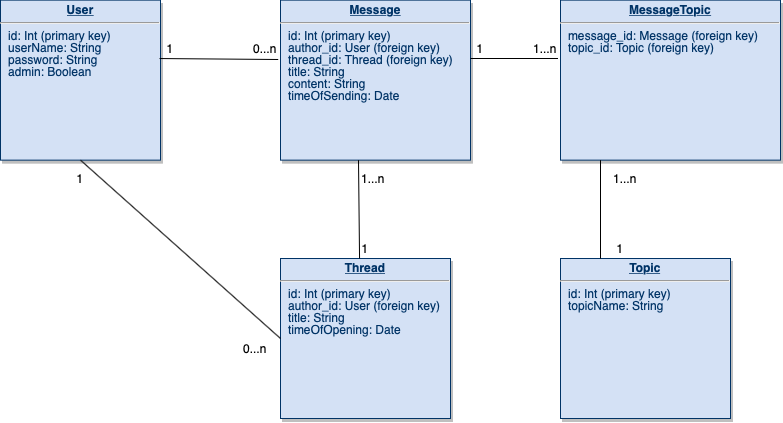
This is documentation/Tietokantakaavio.png from TommiON/Bulletiini, a draw.io export, as it was before one commit. Source tidied: cells renumbered, new cells last; positions are measured from the earlier drawing's top-left corner, leaving out a move shared by most shapes.
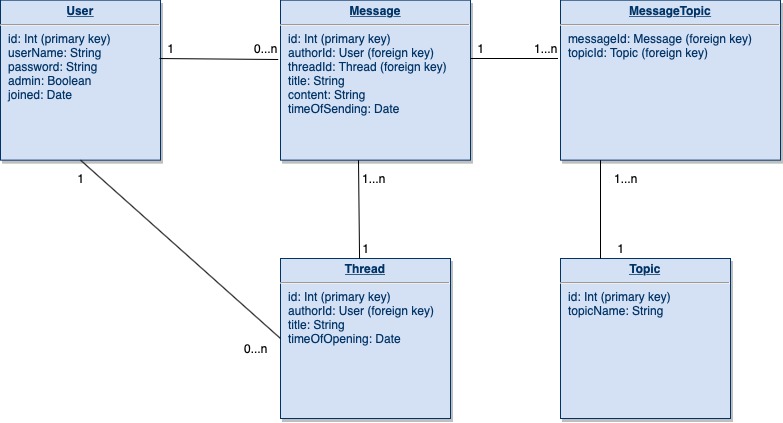
After the commit.

Commit message:
Updated database image, minor code changes

What changed in the source:
```diff
@@ -2,10 +2,10 @@
   <root>
     <mxCell id="0" />
     <mxCell id="1" parent="0" />
-    <mxCell id="2" value="&lt;p style=&quot;margin: 0px ; margin-top: 4px ; text-align: center ; text-decoration: underline&quot;&gt;&lt;b&gt;User&lt;/b&gt;&lt;/p&gt;&lt;hr&gt;&lt;p style=&quot;margin: 0px ; margin-left: 8px&quot;&gt;id: Int (primary key)&lt;/p&gt;&lt;p style=&quot;margin: 0px ; margin-left: 8px&quot;&gt;userName: String&lt;/p&gt;&lt;p style=&quot;margin: 0px ; margin-left: 8px&quot;&gt;password: String&lt;/p&gt;&lt;p style=&quot;margin: 0px ; margin-left: 8px&quot;&gt;admin: Boolean&lt;/p&gt;" style="verticalAlign=top;align=left;overflow=fill;fontSize=12;fontFamily=Helvetica;html=1;strokeColor=#003366;shadow=1;fillColor=#D4E1F5;fontColor=#003366;" parent="1" vertex="1">
+    <mxCell id="2" value="&lt;p style=&quot;margin: 0px ; margin-top: 4px ; text-align: center ; text-decoration: underline&quot;&gt;&lt;b&gt;User&lt;/b&gt;&lt;/p&gt;&lt;hr&gt;&lt;p style=&quot;margin: 0px ; margin-left: 8px&quot;&gt;id: Int (primary key)&lt;/p&gt;&lt;p style=&quot;margin: 0px ; margin-left: 8px&quot;&gt;userName: String&lt;/p&gt;&lt;p style=&quot;margin: 0px ; margin-left: 8px&quot;&gt;password: String&lt;/p&gt;&lt;p style=&quot;margin: 0px ; margin-left: 8px&quot;&gt;admin: Boolean&lt;/p&gt;&lt;p style=&quot;margin: 0px ; margin-left: 8px&quot;&gt;joined: Date&lt;/p&gt;" style="verticalAlign=top;align=left;overflow=fill;fontSize=12;fontFamily=Helvetica;html=1;strokeColor=#003366;shadow=1;fillColor=#D4E1F5;fontColor=#003366;" parent="1" vertex="1">
       <mxGeometry y="-0.4" width="160" height="160" as="geometry" />
     </mxCell>
-    <mxCell id="3" value="&lt;p style=&quot;margin: 0px ; margin-top: 4px ; text-align: center ; text-decoration: underline&quot;&gt;&lt;b&gt;Message&lt;/b&gt;&lt;/p&gt;&lt;hr&gt;&lt;p style=&quot;margin: 0px ; margin-left: 8px&quot;&gt;id: Int (primary key)&lt;/p&gt;&lt;p style=&quot;margin: 0px ; margin-left: 8px&quot;&gt;author_id: User (foreign key)&lt;/p&gt;&lt;p style=&quot;margin: 0px ; margin-left: 8px&quot;&gt;thread_id: Thread (foreign key)&lt;br&gt;&lt;/p&gt;&lt;p style=&quot;margin: 0px 0px 0px 8px&quot;&gt;title: String&lt;/p&gt;&lt;p style=&quot;margin: 0px 0px 0px 8px&quot;&gt;content: String&lt;/p&gt;&lt;p style=&quot;margin: 0px 0px 0px 8px&quot;&gt;timeOfSending: Date&lt;/p&gt;" style="verticalAlign=top;align=left;overflow=fill;fontSize=12;fontFamily=Helvetica;html=1;strokeColor=#003366;shadow=1;fillColor=#D4E1F5;fontColor=#003366;" parent="1" vertex="1">
+    <mxCell id="3" value="&lt;p style=&quot;margin: 0px ; margin-top: 4px ; text-align: center ; text-decoration: underline&quot;&gt;&lt;b&gt;Message&lt;/b&gt;&lt;/p&gt;&lt;hr&gt;&lt;p style=&quot;margin: 0px ; margin-left: 8px&quot;&gt;id: Int (primary key)&lt;/p&gt;&lt;p style=&quot;margin: 0px ; margin-left: 8px&quot;&gt;authorId: User (foreign key)&lt;/p&gt;&lt;p style=&quot;margin: 0px ; margin-left: 8px&quot;&gt;threadId: Thread (foreign key)&lt;br&gt;&lt;/p&gt;&lt;p style=&quot;margin: 0px 0px 0px 8px&quot;&gt;title: String&lt;/p&gt;&lt;p style=&quot;margin: 0px 0px 0px 8px&quot;&gt;content: String&lt;/p&gt;&lt;p style=&quot;margin: 0px 0px 0px 8px&quot;&gt;timeOfSending: Date&lt;/p&gt;" style="verticalAlign=top;align=left;overflow=fill;fontSize=12;fontFamily=Helvetica;html=1;strokeColor=#003366;shadow=1;fillColor=#D4E1F5;fontColor=#003366;" parent="1" vertex="1">
       <mxGeometry x="280" y="-0.4" width="190" height="160" as="geometry" />
     </mxCell>
     <mxCell id="4" style="endArrow=none;html=1;entryX=-0.012;entryY=0.371;entryDx=0;entryDy=0;entryPerimeter=0;exitX=0.994;exitY=0.365;exitDx=0;exitDy=0;exitPerimeter=0;" parent="1" edge="1" source="2" target="3">
@@ -14,10 +14,10 @@
     <mxCell id="5" value="&lt;p style=&quot;margin: 0px ; margin-top: 4px ; text-align: center ; text-decoration: underline&quot;&gt;&lt;b&gt;Topic&lt;/b&gt;&lt;/p&gt;&lt;hr&gt;&lt;p style=&quot;margin: 0px ; margin-left: 8px&quot;&gt;id: Int (primary key)&lt;/p&gt;&lt;p style=&quot;margin: 0px ; margin-left: 8px&quot;&gt;topicName: String&lt;/p&gt;" style="verticalAlign=top;align=left;overflow=fill;fontSize=12;fontFamily=Helvetica;html=1;strokeColor=#003366;shadow=1;fillColor=#D4E1F5;fontColor=#003366;" parent="1" vertex="1">
       <mxGeometry x="560" y="258" width="170" height="160" as="geometry" />
     </mxCell>
-    <mxCell id="6" value="&lt;p style=&quot;margin: 0px ; margin-top: 4px ; text-align: center ; text-decoration: underline&quot;&gt;&lt;b&gt;Message&lt;/b&gt;&lt;b&gt;Topic&lt;/b&gt;&lt;/p&gt;&lt;hr&gt;&lt;p style=&quot;margin: 0px ; margin-left: 8px&quot;&gt;message_id: Message (foreign key)&lt;br&gt;&lt;/p&gt;&lt;p style=&quot;margin: 0px ; margin-left: 8px&quot;&gt;topic_id: Topic (foreign key)&lt;/p&gt;" style="verticalAlign=top;align=left;overflow=fill;fontSize=12;fontFamily=Helvetica;html=1;strokeColor=#003366;shadow=1;fillColor=#D4E1F5;fontColor=#003366;" parent="1" vertex="1">
+    <mxCell id="6" value="&lt;p style=&quot;margin: 0px ; margin-top: 4px ; text-align: center ; text-decoration: underline&quot;&gt;&lt;b&gt;Message&lt;/b&gt;&lt;b&gt;Topic&lt;/b&gt;&lt;/p&gt;&lt;hr&gt;&lt;p style=&quot;margin: 0px ; margin-left: 8px&quot;&gt;messageId: Message (foreign key)&lt;br&gt;&lt;/p&gt;&lt;p style=&quot;margin: 0px ; margin-left: 8px&quot;&gt;topicId: Topic (foreign key)&lt;/p&gt;" style="verticalAlign=top;align=left;overflow=fill;fontSize=12;fontFamily=Helvetica;html=1;strokeColor=#003366;shadow=1;fillColor=#D4E1F5;fontColor=#003366;" parent="1" vertex="1">
       <mxGeometry x="560" y="-0.4" width="220" height="160" as="geometry" />
     </mxCell>
-    <mxCell id="7" value="&lt;p style=&quot;margin: 0px ; margin-top: 4px ; text-align: center ; text-decoration: underline&quot;&gt;&lt;b&gt;Thread&lt;/b&gt;&lt;/p&gt;&lt;hr&gt;&lt;p style=&quot;margin: 0px ; margin-left: 8px&quot;&gt;id: Int (primary key)&lt;/p&gt;&lt;p style=&quot;margin: 0px ; margin-left: 8px&quot;&gt;author_id: User (foreign key)&lt;/p&gt;&lt;p style=&quot;margin: 0px ; margin-left: 8px&quot;&gt;title: String&lt;/p&gt;&lt;p style=&quot;margin: 0px ; margin-left: 8px&quot;&gt;timeOfOpening: Date&lt;/p&gt;" style="verticalAlign=top;align=left;overflow=fill;fontSize=12;fontFamily=Helvetica;html=1;strokeColor=#003366;shadow=1;fillColor=#D4E1F5;fontColor=#003366;" parent="1" vertex="1">
+    <mxCell id="7" value="&lt;p style=&quot;margin: 0px ; margin-top: 4px ; text-align: center ; text-decoration: underline&quot;&gt;&lt;b&gt;Thread&lt;/b&gt;&lt;/p&gt;&lt;hr&gt;&lt;p style=&quot;margin: 0px ; margin-left: 8px&quot;&gt;id: Int (primary key)&lt;/p&gt;&lt;p style=&quot;margin: 0px ; margin-left: 8px&quot;&gt;authorId: User (foreign key)&lt;/p&gt;&lt;p style=&quot;margin: 0px ; margin-left: 8px&quot;&gt;title: String&lt;/p&gt;&lt;p style=&quot;margin: 0px ; margin-left: 8px&quot;&gt;timeOfOpening: Date&lt;/p&gt;" style="verticalAlign=top;align=left;overflow=fill;fontSize=12;fontFamily=Helvetica;html=1;strokeColor=#003366;shadow=1;fillColor=#D4E1F5;fontColor=#003366;" parent="1" vertex="1">
       <mxGeometry x="280" y="258" width="170" height="160" as="geometry" />
     </mxCell>
     <mxCell id="8" value="1" style="text;html=1;strokeColor=none;fillColor=none;align=center;verticalAlign=middle;whiteSpace=wrap;rounded=0;" parent="1" vertex="1">
```
